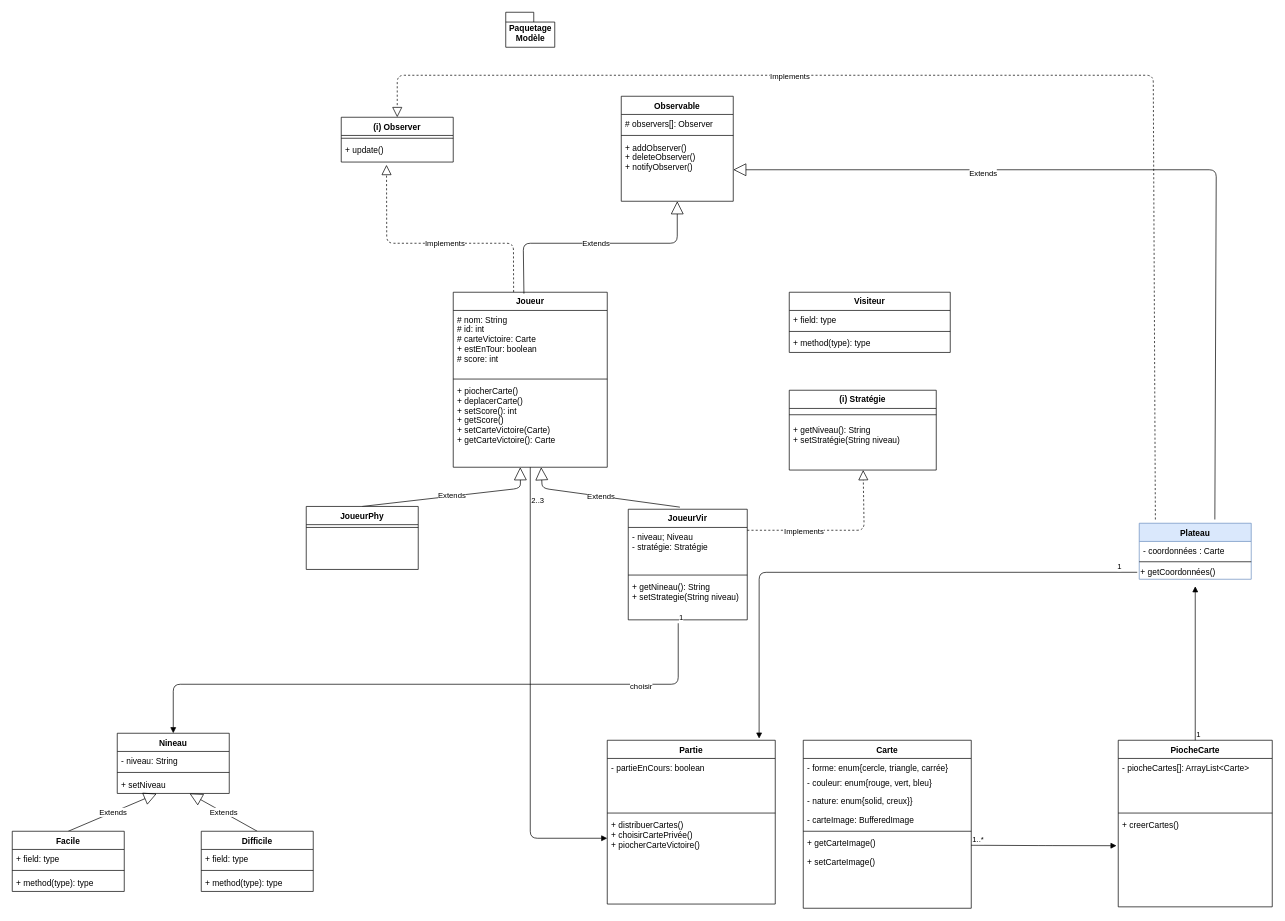
This is classe_paquetageModèle.drawio from codingTheWorld777/Diagrams-Project_SHAPE_UP, a draw.io file, before an edit. Source tidied: cells renumbered, new cells numbered last; positions are measured from the earlier drawing's top-left corner, leaving out a move shared by most shapes. Both pictures are drawn from the tidied source at 70%, with x=0, y=0 at pixel (12, 12).
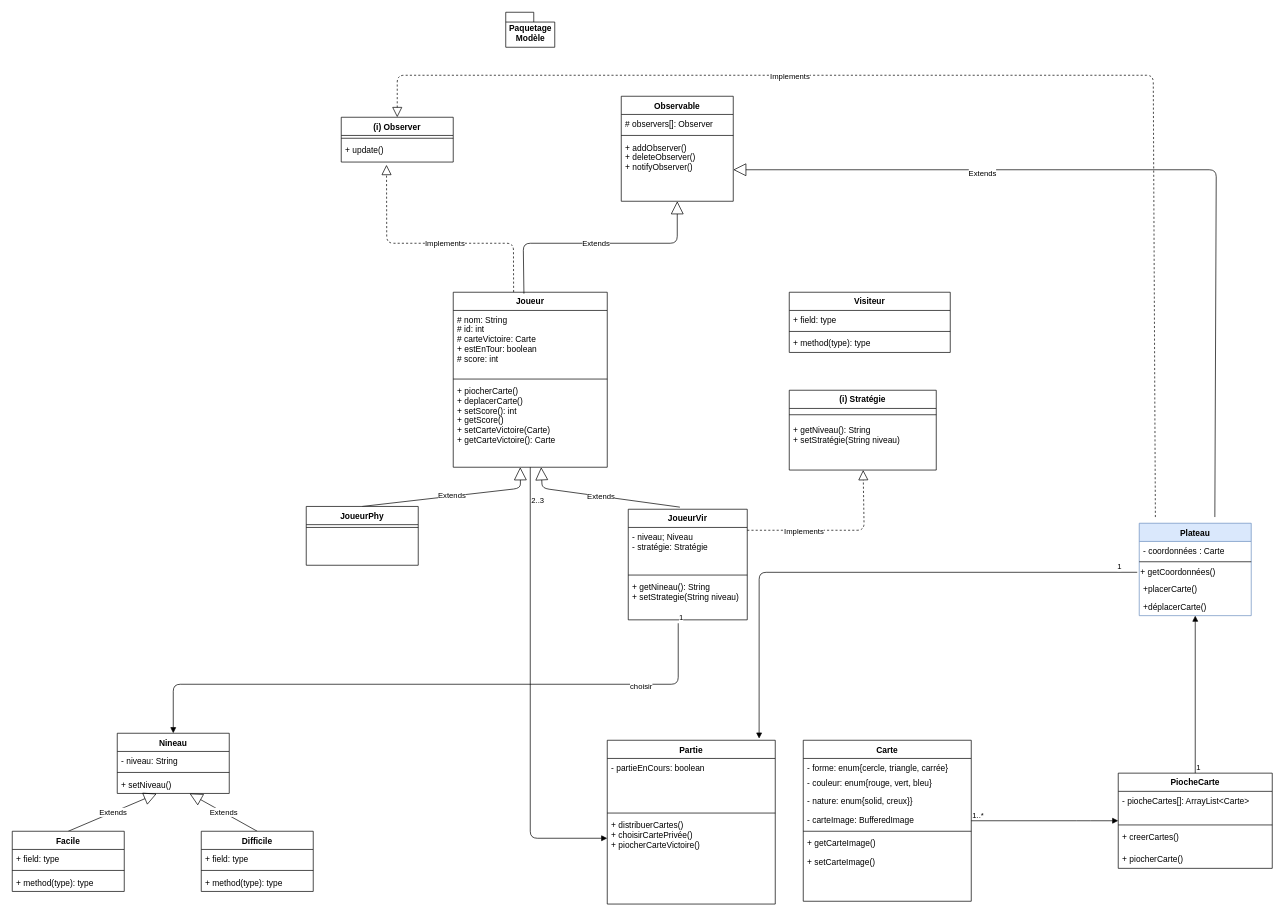
Above is the later version.

Unchanged cells that the change refers to:
```xml
<mxCell id="27" value="Nineau" style="swimlane;fontStyle=1;align=center;verticalAlign=top;horizontal=1;startSize=26;fontColor=#000000;" parent="1" vertex="1">
  <mxGeometry x="150" y="1030" width="160" height="86" as="geometry" />
</mxCell>
<mxCell id="56" value="&lt;div align=&quot;left&quot;&gt;+ getCoordonnées()&lt;br&gt;&lt;/div&gt;" style="text;html=1;align=left;verticalAlign=middle;points=[];" parent="53" vertex="1">
  <mxGeometry y="60" width="160" height="20" as="geometry" />
</mxCell>
```

Change to the diagram source:
```diff
@@
-    <mxCell id="30" value="+ setNiveau" style="text;strokeColor=none;fillColor=none;align=left;verticalAlign=top;spacingLeft=4;spacingRight=4;overflow=hidden;points=[[0,0.5],[1,0.5]];portConstraint=eastwest;" parent="27" vertex="1">
+    <mxCell id="30" value="+ setNiveau()" style="text;strokeColor=none;fillColor=none;align=left;verticalAlign=top;spacingLeft=4;spacingRight=4;overflow=hidden;points=[[0,0.5],[1,0.5]];portConstraint=eastwest;" parent="27" vertex="1">
       <mxGeometry y="60" width="160" height="26" as="geometry" />
     </mxCell>
     <mxCell id="31" value="Carte" style="swimlane;fontStyle=1;align=center;verticalAlign=top;horizontal=1;startSize=26;rounded=0;shadow=0;strokeWidth=1;" parent="1" vertex="1">
-      <mxGeometry x="1130" y="1040" width="240" height="240" as="geometry" />
+      <mxGeometry x="1130" y="1040" width="240" height="230" as="geometry" />
     </mxCell>
@@
     <mxCell id="38" value="+ setCarteImage()" style="text;align=left;verticalAlign=top;spacingLeft=4;spacingRight=4;overflow=hidden;" parent="31" vertex="1">
-      <mxGeometry y="160" width="240" height="54" as="geometry" />
+      <mxGeometry y="160" width="240" height="20" as="geometry" />
     </mxCell>
@@
     <mxCell id="43" value="JoueurPhy" style="swimlane;fontStyle=1;align=center;verticalAlign=top;horizontal=1;startSize=26;rounded=0;shadow=0;strokeWidth=1;" parent="1" vertex="1">
-      <mxGeometry x="420" y="706" width="160" height="90" as="geometry" />
+      <mxGeometry x="420" y="706" width="160" height="84" as="geometry" />
     </mxCell>
@@
     <mxCell id="45" value="PiocheCarte" style="swimlane;fontStyle=1;align=center;verticalAlign=top;horizontal=1;startSize=26;" parent="1" vertex="1">
-      <mxGeometry x="1580" y="1040" width="220" height="238" as="geometry" />
+      <mxGeometry x="1580" y="1087" width="220" height="136" as="geometry" />
     </mxCell>
     <mxCell id="46" value="- piocheCartes[]: ArrayList&lt;Carte&gt;" style="text;strokeColor=none;fillColor=none;align=left;verticalAlign=top;spacingLeft=4;spacingRight=4;overflow=hidden;" parent="45" vertex="1">
-      <mxGeometry y="26" width="220" height="74" as="geometry" />
+      <mxGeometry y="26" width="220" height="44" as="geometry" />
     </mxCell>
     <mxCell id="47" style="line;strokeWidth=1;fillColor=none;align=left;verticalAlign=middle;spacingTop=-1;spacingLeft=3;spacingRight=3;labelPosition=right;" parent="45" vertex="1">
-      <mxGeometry y="100" width="220" height="8" as="geometry" />
+      <mxGeometry y="70" width="220" height="8" as="geometry" />
     </mxCell>
     <mxCell id="48" value="+ creerCartes()" style="text;strokeColor=none;fillColor=none;align=left;verticalAlign=top;spacingLeft=4;spacingRight=4;overflow=hidden;points=[[0,0.5],[1,0.5]];portConstraint=eastwest;" parent="45" vertex="1">
-      <mxGeometry y="108" width="220" height="130" as="geometry" />
+      <mxGeometry y="78" width="220" height="32" as="geometry" />
     </mxCell>
+    <mxCell id="81" value="+ piocherCarte()" style="text;strokeColor=none;fillColor=none;align=left;verticalAlign=top;spacingLeft=4;spacingRight=4;overflow=hidden;" parent="45" vertex="1">
+      <mxGeometry y="110" width="220" height="26" as="geometry" />
+    </mxCell>
@@
     <mxCell id="53" value="Plateau" style="swimlane;fontStyle=1;align=center;verticalAlign=top;horizontal=1;startSize=26;fillColor=#dae8fc;strokeColor=#6c8ebf;" parent="1" vertex="1">
-      <mxGeometry x="1610" y="730" width="160" height="80" as="geometry" />
+      <mxGeometry x="1610" y="730" width="160" height="132" as="geometry" />
     </mxCell>
@@
+    <mxCell id="82" value="+placerCarte()" style="text;strokeColor=none;fillColor=none;align=left;verticalAlign=top;spacingLeft=4;spacingRight=4;overflow=hidden;" parent="53" vertex="1">
+      <mxGeometry y="80" width="160" height="26" as="geometry" />
+    </mxCell>
+    <mxCell id="83" value="+déplacerCarte()" style="text;strokeColor=none;fillColor=none;align=left;verticalAlign=top;spacingLeft=4;spacingRight=4;overflow=hidden;" parent="53" vertex="1">
+      <mxGeometry y="106" width="160" height="26" as="geometry" />
+    </mxCell>
@@
-    <mxCell id="61" style="endArrow=block;endFill=1;html=1;edgeStyle=orthogonalEdgeStyle;align=left;verticalAlign=top;entryX=-0.011;entryY=0.328;entryDx=0;entryDy=0;entryPerimeter=0;" parent="1" edge="1" target="48">
+    <mxCell id="61" style="endArrow=block;endFill=1;html=1;edgeStyle=orthogonalEdgeStyle;align=left;verticalAlign=top;" parent="1" edge="1" source="31" target="45">
       <mxGeometry x="-1" relative="1" as="geometry">
-        <mxPoint x="1370" y="1190" as="sourcePoint" />
+        <Array as="points">
+          <mxPoint x="1530" y="1155" />
+          <mxPoint x="1530" y="1155" />
+        </Array>
       </mxGeometry>
     </mxCell>
@@
-    <mxCell id="63" style="endArrow=block;endFill=1;html=1;edgeStyle=orthogonalEdgeStyle;align=left;verticalAlign=top;entryX=0.5;entryY=1.5;entryDx=0;entryDy=0;entryPerimeter=0;exitX=0.5;exitY=0;exitDx=0;exitDy=0;" parent="1" edge="1" source="45" target="56">
+    <mxCell id="63" style="endArrow=block;endFill=1;html=1;edgeStyle=orthogonalEdgeStyle;align=left;verticalAlign=top;exitX=0.5;exitY=0;exitDx=0;exitDy=0;entryX=0.5;entryY=1;entryDx=0;entryDy=0;" parent="1" edge="1" source="45" target="53">
       <mxGeometry x="-1" relative="1" as="geometry" />
     </mxCell>
```
